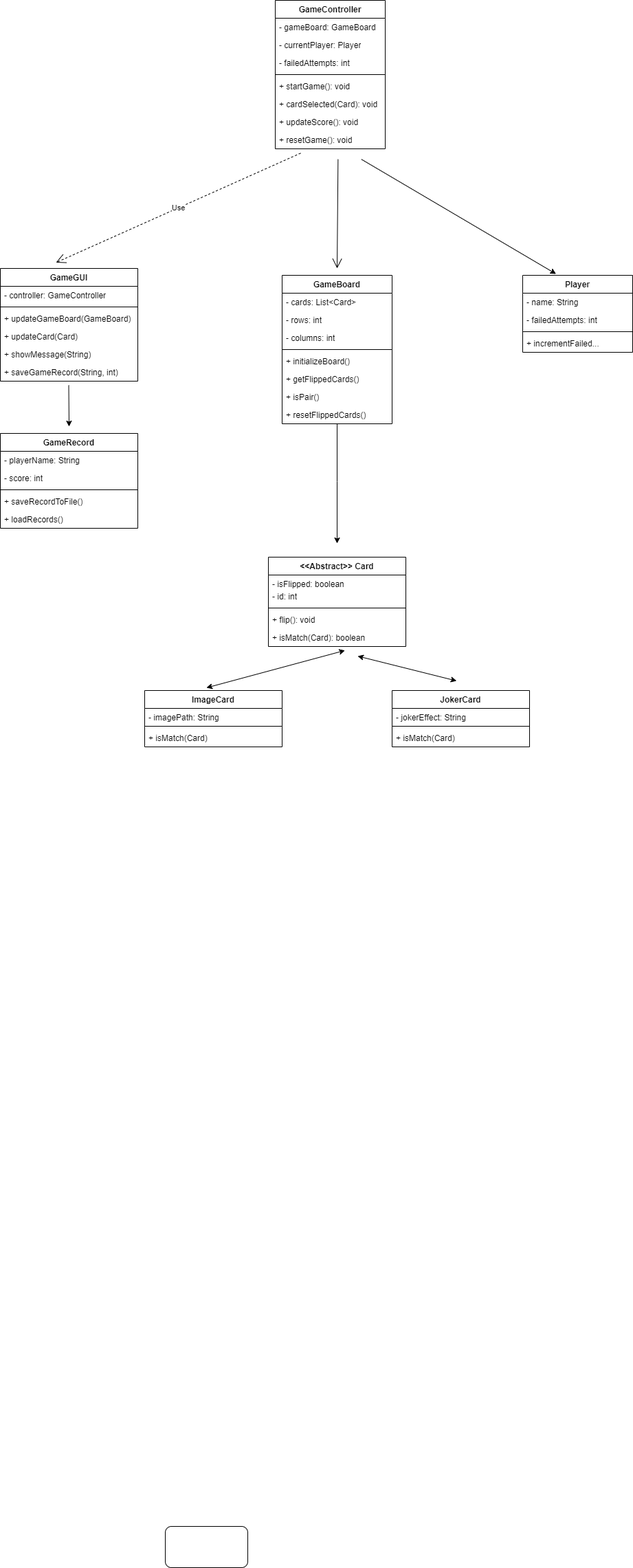
Earlier version of the draw.io export MemoryGame.drawio.png (agrigoridou/MemoryGame-with-pictures). Source tidied: cells renumbered, new cells last; positions are measured from the earlier drawing's top-left corner, leaving out a move shared by most shapes.
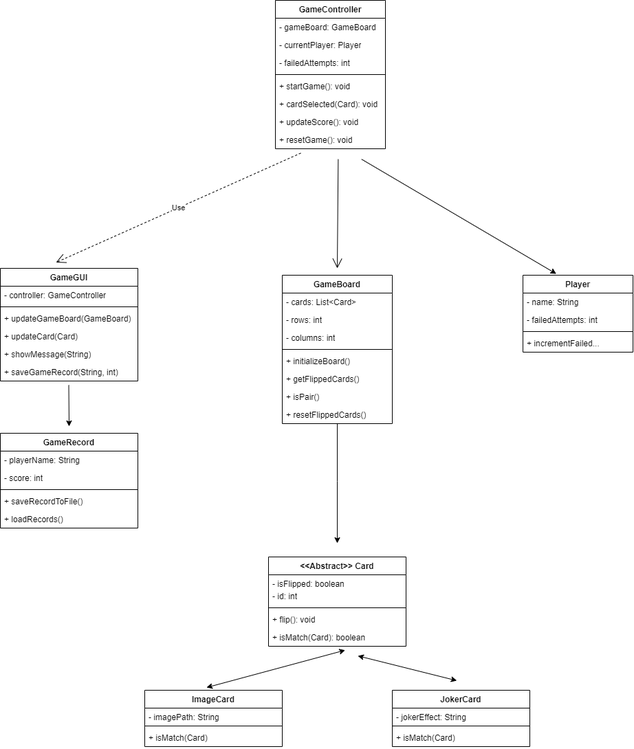
The same file after the commit.

The edit, as a diff of the source:
```diff
@@ -172,9 +172,6 @@
         <mxPoint x="520" y="954" as="targetPoint" />
       </mxGeometry>
     </mxCell>
-    <mxCell id="56" style="rounded=1;whiteSpace=wrap;html=1;" parent="1" vertex="1">
-      <mxGeometry x="240" y="2220" width="120" height="60" as="geometry" />
-    </mxCell>
     <mxCell id="57" style="endArrow=classic;html=1;rounded=0;" parent="1" edge="1" source="19">
       <mxGeometry relative="1" as="geometry">
         <mxPoint x="490" y="790" as="targetPoint" />
```
